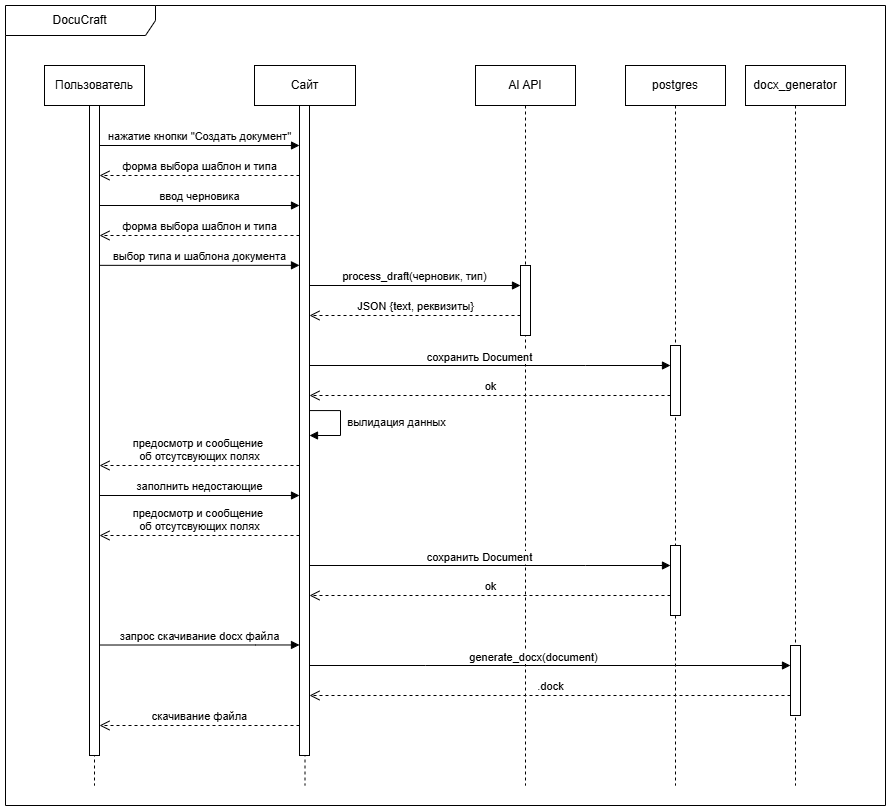
Before: images/sequence.png, a diagram exported from draw.io (mario12508/DocuCraft). Source tidied: cells renumbered, new cells last; positions are measured from the earlier drawing's top-left corner, leaving out a move shared by most shapes. Its diagram source:
```xml
<mxGraphModel>
  <root>
    <mxCell id="0" />
    <mxCell id="1" parent="0" />
    <mxCell id="2" value="AI API" style="shape=umlLifeline;perimeter=lifelinePerimeter;whiteSpace=wrap;html=1;newEdgeStyle={&quot;curved&quot;:0,&quot;rounded&quot;:0};" parent="1" vertex="1">
      <mxGeometry x="470" y="60" width="100" height="720" as="geometry" />
    </mxCell>
    <mxCell id="3" style="html=1;perimeter=orthogonalPerimeter;targetShapes=umlLifeline;newEdgeStyle={&quot;curved&quot;:0,&quot;rounded&quot;:0};" parent="2" vertex="1">
      <mxGeometry x="45" y="200" width="10" height="70" as="geometry" />
    </mxCell>
    <mxCell id="4" value="postgres" style="shape=umlLifeline;perimeter=lifelinePerimeter;whiteSpace=wrap;html=1;newEdgeStyle={&quot;curved&quot;:0,&quot;rounded&quot;:0};" parent="1" vertex="1">
      <mxGeometry x="620" y="60" width="100" height="720" as="geometry" />
    </mxCell>
    <mxCell id="5" value="DocuCraft" style="shape=umlFrame;whiteSpace=wrap;html=1;width=150;height=30;" parent="1" vertex="1">
      <mxGeometry width="880" height="800" as="geometry" />
    </mxCell>
    <mxCell id="6" value="Пользователь" style="shape=umlLifeline;perimeter=lifelinePerimeter;whiteSpace=wrap;html=1;newEdgeStyle={&quot;curved&quot;:0,&quot;rounded&quot;:0};" parent="1" vertex="1">
      <mxGeometry x="39" y="60" width="100" height="720" as="geometry" />
    </mxCell>
    <mxCell id="7" style="html=1;points=[[0,0,0,0,5],[0,1,0,0,-5],[1,0,0,0,5],[1,1,0,0,-5]];perimeter=orthogonalPerimeter;outlineConnect=0;targetShapes=umlLifeline;portConstraint=eastwest;newEdgeStyle={&quot;curved&quot;:0,&quot;rounded&quot;:0};" parent="6" vertex="1">
      <mxGeometry x="45" y="40" width="10" height="650" as="geometry" />
    </mxCell>
    <mxCell id="8" value="Сайт" style="shape=umlLifeline;perimeter=lifelinePerimeter;whiteSpace=wrap;html=1;newEdgeStyle={&quot;curved&quot;:0,&quot;rounded&quot;:0};" parent="1" vertex="1">
      <mxGeometry x="249" y="60" width="101" height="720" as="geometry" />
    </mxCell>
    <mxCell id="9" style="html=1;points=[[0,0,0,0,5],[0,1,0,0,-5],[1,0,0,0,5],[1,1,0,0,-5]];perimeter=orthogonalPerimeter;outlineConnect=0;targetShapes=umlLifeline;portConstraint=eastwest;newEdgeStyle={&quot;curved&quot;:0,&quot;rounded&quot;:0};" parent="8" vertex="1">
      <mxGeometry x="45" y="40" width="10" height="650" as="geometry" />
    </mxCell>
    <mxCell id="10" style="endArrow=block;endFill=1;html=1;edgeStyle=orthogonalEdgeStyle;align=left;verticalAlign=top;rounded=0;" parent="8" edge="1" source="9" target="9">
      <mxGeometry x="-1" relative="1" as="geometry">
        <Array as="points">
          <mxPoint x="86" y="345" />
          <mxPoint x="86" y="370" />
        </Array>
      </mxGeometry>
    </mxCell>
    <mxCell id="11" value="вылидация данных" style="edgeLabel;html=1;align=center;verticalAlign=middle;" parent="10" vertex="1">
      <mxGeometry x="-0.12" relative="1" as="geometry">
        <mxPoint x="55" y="4" as="offset" />
      </mxGeometry>
    </mxCell>
    <mxCell id="12" style="endArrow=block;endFill=1;html=1;edgeStyle=orthogonalEdgeStyle;align=left;verticalAlign=top;rounded=0;" parent="8" edge="1" target="15">
      <mxGeometry x="-1" relative="1" as="geometry">
        <mxPoint x="55" y="500" as="sourcePoint" />
        <Array as="points">
          <mxPoint x="331" y="500" />
          <mxPoint x="331" y="500" />
        </Array>
      </mxGeometry>
    </mxCell>
    <mxCell id="13" value="сохранить Document" style="edgeLabel;html=1;align=center;verticalAlign=middle;" parent="12" vertex="1">
      <mxGeometry x="-0.12" relative="1" as="geometry">
        <mxPoint x="11" y="-9" as="offset" />
      </mxGeometry>
    </mxCell>
    <mxCell id="14" value="ok" style="html=1;verticalAlign=bottom;endArrow=open;dashed=1;endSize=8;curved=0;rounded=0;" parent="8" edge="1">
      <mxGeometry relative="1" as="geometry">
        <mxPoint x="416" y="530" as="sourcePoint" />
        <mxPoint x="55" y="530" as="targetPoint" />
      </mxGeometry>
    </mxCell>
    <mxCell id="15" style="html=1;points=[[0,0,0,0,5],[0,1,0,0,-5],[1,0,0,0,5],[1,1,0,0,-5]];perimeter=orthogonalPerimeter;outlineConnect=0;targetShapes=umlLifeline;portConstraint=eastwest;newEdgeStyle={&quot;curved&quot;:0,&quot;rounded&quot;:0};" parent="8" vertex="1">
      <mxGeometry x="416" y="480" width="10" height="70" as="geometry" />
    </mxCell>
    <mxCell id="16" value="docx_generator" style="shape=umlLifeline;perimeter=lifelinePerimeter;whiteSpace=wrap;html=1;newEdgeStyle={&quot;curved&quot;:0,&quot;rounded&quot;:0};" parent="1" vertex="1">
      <mxGeometry x="740" y="60" width="100" height="720" as="geometry" />
    </mxCell>
    <mxCell id="17" style="html=1;points=[[0,0,0,0,5],[0,1,0,0,-5],[1,0,0,0,5],[1,1,0,0,-5]];perimeter=orthogonalPerimeter;outlineConnect=0;targetShapes=umlLifeline;portConstraint=eastwest;newEdgeStyle={&quot;curved&quot;:0,&quot;rounded&quot;:0};" parent="16" vertex="1">
      <mxGeometry x="45" y="580" width="10" height="70" as="geometry" />
    </mxCell>
    <mxCell id="18" style="endArrow=block;endFill=1;html=1;edgeStyle=orthogonalEdgeStyle;align=left;verticalAlign=top;rounded=0;" parent="1" edge="1">
      <mxGeometry x="-1" relative="1" as="geometry">
        <mxPoint x="94" y="259.8" as="sourcePoint" />
        <mxPoint x="294" y="259.8" as="targetPoint" />
      </mxGeometry>
    </mxCell>
    <mxCell id="19" value="выбор типа и шаблона документа" style="edgeLabel;html=1;align=center;verticalAlign=middle;" parent="18" vertex="1">
      <mxGeometry x="-0.12" relative="1" as="geometry">
        <mxPoint x="11" y="-10" as="offset" />
      </mxGeometry>
    </mxCell>
    <mxCell id="20" value="форма выбора шаблон и типа" style="html=1;verticalAlign=bottom;endArrow=open;dashed=1;endSize=8;curved=0;rounded=0;" parent="1" edge="1">
      <mxGeometry relative="1" as="geometry">
        <mxPoint x="294" y="230" as="sourcePoint" />
        <mxPoint x="94" y="230" as="targetPoint" />
      </mxGeometry>
    </mxCell>
    <mxCell id="21" value="ввод черновика" style="html=1;verticalAlign=bottom;endArrow=block;curved=0;rounded=0;" parent="1" edge="1">
      <mxGeometry relative="1" as="geometry">
        <mxPoint x="94" y="200" as="sourcePoint" />
        <mxPoint x="294" y="200" as="targetPoint" />
      </mxGeometry>
    </mxCell>
    <mxCell id="22" value="форма выбора шаблон и типа" style="html=1;verticalAlign=bottom;endArrow=open;dashed=1;endSize=8;curved=0;rounded=0;" parent="1" edge="1">
      <mxGeometry relative="1" as="geometry">
        <mxPoint x="294" y="170" as="sourcePoint" />
        <mxPoint x="94" y="170" as="targetPoint" />
      </mxGeometry>
    </mxCell>
    <mxCell id="23" value="нажатие кнопки &quot;Создать документ&quot;" style="html=1;verticalAlign=bottom;endArrow=block;curved=0;rounded=0;" parent="1" edge="1">
      <mxGeometry relative="1" as="geometry">
        <mxPoint x="94" y="140" as="sourcePoint" />
        <mxPoint x="294" y="140" as="targetPoint" />
      </mxGeometry>
    </mxCell>
    <mxCell id="24" style="endArrow=block;endFill=1;html=1;edgeStyle=orthogonalEdgeStyle;align=left;verticalAlign=top;rounded=0;" parent="1" edge="1">
      <mxGeometry x="-1" relative="1" as="geometry">
        <mxPoint x="304" y="280" as="sourcePoint" />
        <mxPoint x="515" y="280" as="targetPoint" />
      </mxGeometry>
    </mxCell>
    <mxCell id="25" value="process_draft(черновик, тип)" style="edgeLabel;html=1;align=center;verticalAlign=middle;" parent="24" vertex="1">
      <mxGeometry x="-0.12" relative="1" as="geometry">
        <mxPoint x="11" y="-10" as="offset" />
      </mxGeometry>
    </mxCell>
    <mxCell id="26" value="JSON {text, реквизиты}" style="html=1;verticalAlign=bottom;endArrow=open;dashed=1;endSize=8;curved=0;rounded=0;" parent="1" edge="1">
      <mxGeometry relative="1" as="geometry">
        <mxPoint x="515" y="310" as="sourcePoint" />
        <mxPoint x="304" y="310" as="targetPoint" />
      </mxGeometry>
    </mxCell>
    <mxCell id="27" style="endArrow=block;endFill=1;html=1;edgeStyle=orthogonalEdgeStyle;align=left;verticalAlign=top;rounded=0;" parent="1" edge="1" source="9" target="29">
      <mxGeometry x="-1" relative="1" as="geometry">
        <Array as="points">
          <mxPoint x="580" y="360" />
          <mxPoint x="580" y="360" />
        </Array>
      </mxGeometry>
    </mxCell>
    <mxCell id="28" value="сохранить Document" style="edgeLabel;html=1;align=center;verticalAlign=middle;" parent="27" vertex="1">
      <mxGeometry x="-0.12" relative="1" as="geometry">
        <mxPoint x="11" y="-9" as="offset" />
      </mxGeometry>
    </mxCell>
    <mxCell id="29" style="html=1;points=[[0,0,0,0,5],[0,1,0,0,-5],[1,0,0,0,5],[1,1,0,0,-5]];perimeter=orthogonalPerimeter;outlineConnect=0;targetShapes=umlLifeline;portConstraint=eastwest;newEdgeStyle={&quot;curved&quot;:0,&quot;rounded&quot;:0};" parent="1" vertex="1">
      <mxGeometry x="665" y="340" width="10" height="70" as="geometry" />
    </mxCell>
    <mxCell id="30" value="ok" style="html=1;verticalAlign=bottom;endArrow=open;dashed=1;endSize=8;curved=0;rounded=0;" parent="1" edge="1">
      <mxGeometry relative="1" as="geometry">
        <mxPoint x="665" y="390" as="sourcePoint" />
        <mxPoint x="304" y="390" as="targetPoint" />
      </mxGeometry>
    </mxCell>
    <mxCell id="31" value="предосмотр и сообщение&amp;nbsp;&lt;div&gt;об отсутсвующих полях&lt;/div&gt;" style="html=1;verticalAlign=bottom;endArrow=open;dashed=1;endSize=8;curved=0;rounded=0;" parent="1" edge="1">
      <mxGeometry relative="1" as="geometry">
        <mxPoint x="294" y="460" as="sourcePoint" />
        <mxPoint x="94" y="460" as="targetPoint" />
      </mxGeometry>
    </mxCell>
    <mxCell id="32" style="endArrow=block;endFill=1;html=1;edgeStyle=orthogonalEdgeStyle;align=left;verticalAlign=top;rounded=0;" parent="1" edge="1">
      <mxGeometry x="-1" relative="1" as="geometry">
        <mxPoint x="94" y="490" as="sourcePoint" />
        <mxPoint x="294" y="490" as="targetPoint" />
      </mxGeometry>
    </mxCell>
    <mxCell id="33" value="заполнить недостающие" style="edgeLabel;html=1;align=center;verticalAlign=middle;" parent="32" vertex="1">
      <mxGeometry x="-0.12" relative="1" as="geometry">
        <mxPoint x="11" y="-10" as="offset" />
      </mxGeometry>
    </mxCell>
    <mxCell id="34" value="предосмотр и сообщение&amp;nbsp;&lt;div&gt;об отсутсвующих полях&lt;/div&gt;" style="html=1;verticalAlign=bottom;endArrow=open;dashed=1;endSize=8;curved=0;rounded=0;" parent="1" edge="1">
      <mxGeometry relative="1" as="geometry">
        <mxPoint x="294" y="530" as="sourcePoint" />
        <mxPoint x="94" y="530" as="targetPoint" />
      </mxGeometry>
    </mxCell>
    <mxCell id="35" style="endArrow=block;endFill=1;html=1;edgeStyle=orthogonalEdgeStyle;align=left;verticalAlign=top;rounded=0;" parent="1" edge="1" target="9">
      <mxGeometry x="-1" relative="1" as="geometry">
        <mxPoint x="94" y="639.5" as="sourcePoint" />
        <Array as="points">
          <mxPoint x="250" y="640" />
          <mxPoint x="250" y="640" />
        </Array>
      </mxGeometry>
    </mxCell>
    <mxCell id="36" value="запрос скачивание docx файла" style="edgeLabel;html=1;align=center;verticalAlign=middle;" parent="35" vertex="1">
      <mxGeometry x="-0.12" relative="1" as="geometry">
        <mxPoint x="11" y="-9" as="offset" />
      </mxGeometry>
    </mxCell>
    <mxCell id="37" value=".dock" style="html=1;verticalAlign=bottom;endArrow=open;dashed=1;endSize=8;curved=0;rounded=0;" parent="1" edge="1" source="17" target="9">
      <mxGeometry relative="1" as="geometry">
        <Array as="points">
          <mxPoint x="440" y="690" />
        </Array>
      </mxGeometry>
    </mxCell>
    <mxCell id="38" style="endArrow=block;endFill=1;html=1;edgeStyle=orthogonalEdgeStyle;align=left;verticalAlign=top;rounded=0;" parent="1" edge="1" source="9" target="17">
      <mxGeometry x="-1" relative="1" as="geometry">
        <Array as="points">
          <mxPoint x="420" y="660" />
          <mxPoint x="420" y="660" />
        </Array>
      </mxGeometry>
    </mxCell>
    <mxCell id="39" value="generate_docx(document)" style="edgeLabel;html=1;align=center;verticalAlign=middle;" parent="38" vertex="1">
      <mxGeometry x="-0.12" relative="1" as="geometry">
        <mxPoint x="11" y="-9" as="offset" />
      </mxGeometry>
    </mxCell>
    <mxCell id="40" value="скачивание файла" style="html=1;verticalAlign=bottom;endArrow=open;dashed=1;endSize=8;curved=0;rounded=0;" parent="1" edge="1">
      <mxGeometry relative="1" as="geometry">
        <mxPoint x="294" y="720" as="sourcePoint" />
        <mxPoint x="94" y="720" as="targetPoint" />
      </mxGeometry>
    </mxCell>
  </root>
</mxGraphModel>
```
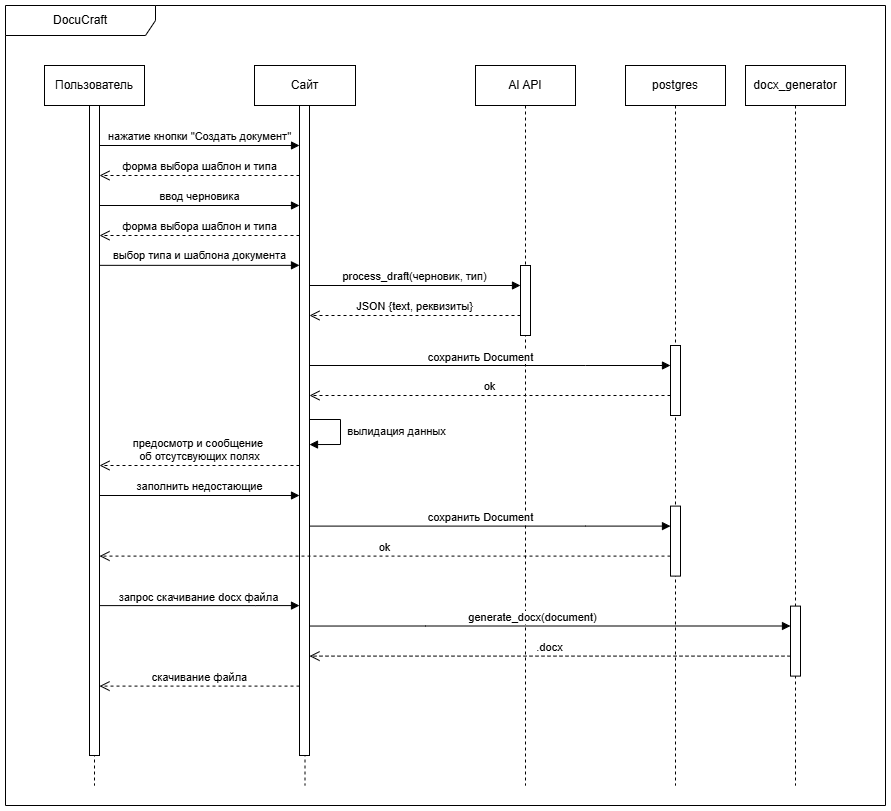
After the commit.

Commit message:
Refresh: diagram sequence

What changed in the source:
```diff
@@ -26,11 +26,13 @@
     <mxCell id="9" style="html=1;points=[[0,0,0,0,5],[0,1,0,0,-5],[1,0,0,0,5],[1,1,0,0,-5]];perimeter=orthogonalPerimeter;outlineConnect=0;targetShapes=umlLifeline;portConstraint=eastwest;newEdgeStyle={&quot;curved&quot;:0,&quot;rounded&quot;:0};" parent="8" vertex="1">
       <mxGeometry x="45" y="40" width="10" height="650" as="geometry" />
     </mxCell>
-    <mxCell id="10" style="endArrow=block;endFill=1;html=1;edgeStyle=orthogonalEdgeStyle;align=left;verticalAlign=top;rounded=0;" parent="8" edge="1" source="9" target="9">
+    <mxCell id="10" style="endArrow=block;endFill=1;html=1;edgeStyle=orthogonalEdgeStyle;align=left;verticalAlign=top;rounded=0;" parent="8" edge="1">
       <mxGeometry x="-1" relative="1" as="geometry">
+        <mxPoint x="55" y="354" as="sourcePoint" />
+        <mxPoint x="55" y="379" as="targetPoint" />
         <Array as="points">
-          <mxPoint x="86" y="345" />
-          <mxPoint x="86" y="370" />
+          <mxPoint x="86" y="354" />
+          <mxPoint x="86" y="379" />
         </Array>
       </mxGeometry>
     </mxCell>
@@ -41,10 +43,10 @@
     </mxCell>
     <mxCell id="12" style="endArrow=block;endFill=1;html=1;edgeStyle=orthogonalEdgeStyle;align=left;verticalAlign=top;rounded=0;" parent="8" edge="1" target="15">
       <mxGeometry x="-1" relative="1" as="geometry">
-        <mxPoint x="55" y="500" as="sourcePoint" />
+        <mxPoint x="55" y="460.6" as="sourcePoint" />
         <Array as="points">
-          <mxPoint x="331" y="500" />
-          <mxPoint x="331" y="500" />
+          <mxPoint x="331" y="460.6" />
+          <mxPoint x="331" y="460.6" />
         </Array>
       </mxGeometry>
     </mxCell>
@@ -53,20 +55,19 @@
         <mxPoint x="11" y="-9" as="offset" />
       </mxGeometry>
     </mxCell>
-    <mxCell id="14" value="ok" style="html=1;verticalAlign=bottom;endArrow=open;dashed=1;endSize=8;curved=0;rounded=0;" parent="8" edge="1">
+    <mxCell id="14" value="ok" style="html=1;verticalAlign=bottom;endArrow=open;dashed=1;endSize=8;curved=0;rounded=0;" parent="8" edge="1" target="7">
       <mxGeometry relative="1" as="geometry">
-        <mxPoint x="416" y="530" as="sourcePoint" />
-        <mxPoint x="55" y="530" as="targetPoint" />
+        <mxPoint x="416" y="490.6" as="sourcePoint" />
       </mxGeometry>
     </mxCell>
     <mxCell id="15" style="html=1;points=[[0,0,0,0,5],[0,1,0,0,-5],[1,0,0,0,5],[1,1,0,0,-5]];perimeter=orthogonalPerimeter;outlineConnect=0;targetShapes=umlLifeline;portConstraint=eastwest;newEdgeStyle={&quot;curved&quot;:0,&quot;rounded&quot;:0};" parent="8" vertex="1">
-      <mxGeometry x="416" y="480" width="10" height="70" as="geometry" />
+      <mxGeometry x="416" y="440.6" width="10" height="70" as="geometry" />
     </mxCell>
     <mxCell id="16" value="docx_generator" style="shape=umlLifeline;perimeter=lifelinePerimeter;whiteSpace=wrap;html=1;newEdgeStyle={&quot;curved&quot;:0,&quot;rounded&quot;:0};" parent="1" vertex="1">
       <mxGeometry x="740" y="60" width="100" height="720" as="geometry" />
     </mxCell>
     <mxCell id="17" style="html=1;points=[[0,0,0,0,5],[0,1,0,0,-5],[1,0,0,0,5],[1,1,0,0,-5]];perimeter=orthogonalPerimeter;outlineConnect=0;targetShapes=umlLifeline;portConstraint=eastwest;newEdgeStyle={&quot;curved&quot;:0,&quot;rounded&quot;:0};" parent="16" vertex="1">
-      <mxGeometry x="45" y="580" width="10" height="70" as="geometry" />
+      <mxGeometry x="45" y="540.6" width="10" height="70" as="geometry" />
     </mxCell>
     <mxCell id="18" style="endArrow=block;endFill=1;html=1;edgeStyle=orthogonalEdgeStyle;align=left;verticalAlign=top;rounded=0;" parent="1" edge="1">
       <mxGeometry x="-1" relative="1" as="geometry">
@@ -159,18 +160,13 @@
         <mxPoint x="11" y="-10" as="offset" />
       </mxGeometry>
     </mxCell>
-    <mxCell id="34" value="предосмотр и сообщение&amp;nbsp;&lt;div&gt;об отсутсвующих полях&lt;/div&gt;" style="html=1;verticalAlign=bottom;endArrow=open;dashed=1;endSize=8;curved=0;rounded=0;" parent="1" edge="1">
-      <mxGeometry relative="1" as="geometry">
-        <mxPoint x="294" y="530" as="sourcePoint" />
-        <mxPoint x="94" y="530" as="targetPoint" />
-      </mxGeometry>
-    </mxCell>
-    <mxCell id="35" style="endArrow=block;endFill=1;html=1;edgeStyle=orthogonalEdgeStyle;align=left;verticalAlign=top;rounded=0;" parent="1" edge="1" target="9">
+    <mxCell id="35" style="endArrow=block;endFill=1;html=1;edgeStyle=orthogonalEdgeStyle;align=left;verticalAlign=top;rounded=0;" parent="1" edge="1">
       <mxGeometry x="-1" relative="1" as="geometry">
-        <mxPoint x="94" y="639.5" as="sourcePoint" />
+        <mxPoint x="94" y="600.1" as="sourcePoint" />
+        <mxPoint x="294" y="600.1" as="targetPoint" />
         <Array as="points">
-          <mxPoint x="250" y="640" />
-          <mxPoint x="250" y="640" />
+          <mxPoint x="250" y="600.6" />
+          <mxPoint x="250" y="600.6" />
         </Array>
       </mxGeometry>
     </mxCell>
@@ -179,18 +175,20 @@
         <mxPoint x="11" y="-9" as="offset" />
       </mxGeometry>
     </mxCell>
-    <mxCell id="37" value=".dock" style="html=1;verticalAlign=bottom;endArrow=open;dashed=1;endSize=8;curved=0;rounded=0;" parent="1" edge="1" source="17" target="9">
+    <mxCell id="37" value=".docx" style="html=1;verticalAlign=bottom;endArrow=open;dashed=1;endSize=8;curved=0;rounded=0;" parent="1" edge="1" source="17">
       <mxGeometry relative="1" as="geometry">
+        <mxPoint x="304" y="650.6" as="targetPoint" />
         <Array as="points">
-          <mxPoint x="440" y="690" />
+          <mxPoint x="440" y="650.6" />
         </Array>
       </mxGeometry>
     </mxCell>
-    <mxCell id="38" style="endArrow=block;endFill=1;html=1;edgeStyle=orthogonalEdgeStyle;align=left;verticalAlign=top;rounded=0;" parent="1" edge="1" source="9" target="17">
+    <mxCell id="38" style="endArrow=block;endFill=1;html=1;edgeStyle=orthogonalEdgeStyle;align=left;verticalAlign=top;rounded=0;" parent="1" edge="1" target="17">
       <mxGeometry x="-1" relative="1" as="geometry">
+        <mxPoint x="304" y="620.5" as="sourcePoint" />
         <Array as="points">
-          <mxPoint x="420" y="660" />
-          <mxPoint x="420" y="660" />
+          <mxPoint x="420" y="620.6" />
+          <mxPoint x="420" y="620.6" />
         </Array>
       </mxGeometry>
     </mxCell>
@@ -201,8 +199,8 @@
     </mxCell>
     <mxCell id="40" value="скачивание файла" style="html=1;verticalAlign=bottom;endArrow=open;dashed=1;endSize=8;curved=0;rounded=0;" parent="1" edge="1">
       <mxGeometry relative="1" as="geometry">
-        <mxPoint x="294" y="720" as="sourcePoint" />
-        <mxPoint x="94" y="720" as="targetPoint" />
+        <mxPoint x="294" y="680.6" as="sourcePoint" />
+        <mxPoint x="94" y="680.6" as="targetPoint" />
       </mxGeometry>
     </mxCell>
   </root>
```
